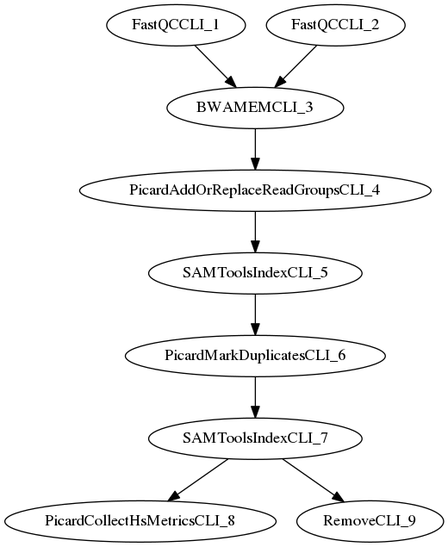
The Graphviz diagram src/site/resources/images/workflow.dag.png in jdr0887/MaPSeq-Pipeline-GS-Alignment, before a commit. Its source is kept beside it as src/site/resources/images/workflow.dag.dot.
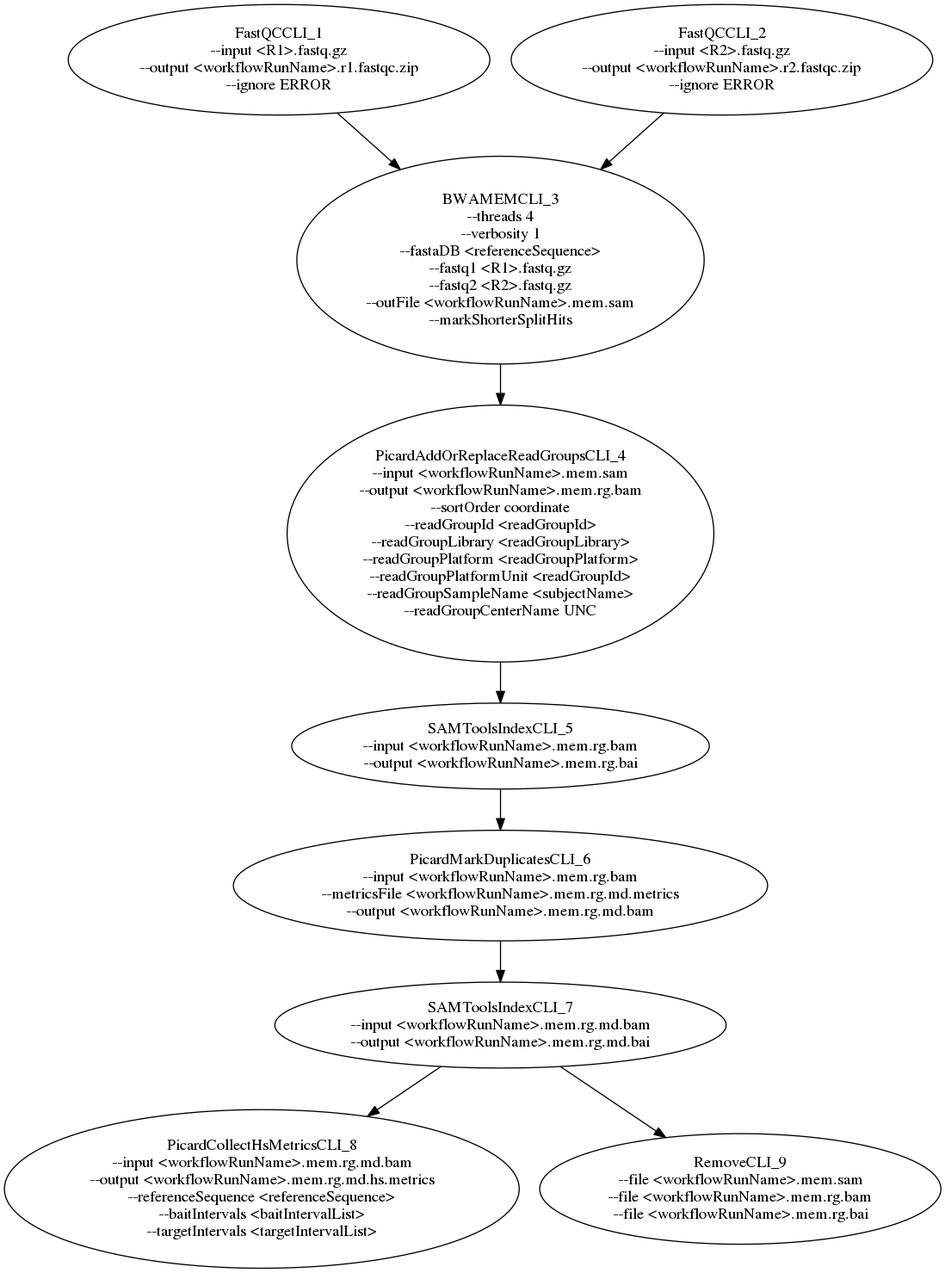
Later version of the same file.

What changed in the source:
```diff
@@ -1,13 +1,59 @@
 digraph G {
-  FastQCCLI_1 [ label="FastQCCLI_1" ];
-  FastQCCLI_2 [ label="FastQCCLI_2" ];
-  BWAMEMCLI_3 [ label="BWAMEMCLI_3" ];
-  PicardAddOrReplaceReadGroupsCLI_4 [ label="PicardAddOrReplaceReadGroupsCLI_4" ];
-  SAMToolsIndexCLI_5 [ label="SAMToolsIndexCLI_5" ];
-  PicardMarkDuplicatesCLI_6 [ label="PicardMarkDuplicatesCLI_6" ];
-  SAMToolsIndexCLI_7 [ label="SAMToolsIndexCLI_7" ];
-  PicardCollectHsMetricsCLI_8 [ label="PicardCollectHsMetricsCLI_8" ];
-  RemoveCLI_9 [ label="RemoveCLI_9" ];
+  FastQCCLI_1 [ label="FastQCCLI_1
+--input <R1>.fastq.gz
+--output <workflowRunName>.r1.fastqc.zip
+--ignore ERROR
+" ];
+  FastQCCLI_2 [ label="FastQCCLI_2
+--input <R2>.fastq.gz
+--output <workflowRunName>.r2.fastqc.zip
+--ignore ERROR
+" ];
+  BWAMEMCLI_3 [ label="BWAMEMCLI_3
+--threads 4
+--verbosity 1
+--fastaDB <referenceSequence>
+--fastq1 <R1>.fastq.gz
+--fastq2 <R2>.fastq.gz
+--outFile <workflowRunName>.mem.sam
+--markShorterSplitHits
+" ];
+  PicardAddOrReplaceReadGroupsCLI_4 [ label="PicardAddOrReplaceReadGroupsCLI_4
+--input <workflowRunName>.mem.sam
+--output <workflowRunName>.mem.rg.bam
+--sortOrder coordinate
+--readGroupId <readGroupId>
+--readGroupLibrary <readGroupLibrary>
+--readGroupPlatform <readGroupPlatform>
+--readGroupPlatformUnit <readGroupId>
+--readGroupSampleName <subjectName>
+--readGroupCenterName UNC
+" ];
+  SAMToolsIndexCLI_5 [ label="SAMToolsIndexCLI_5
+--input <workflowRunName>.mem.rg.bam
+--output <workflowRunName>.mem.rg.bai
+" ];
+  PicardMarkDuplicatesCLI_6 [ label="PicardMarkDuplicatesCLI_6
+--input <workflowRunName>.mem.rg.bam
+--metricsFile <workflowRunName>.mem.rg.md.metrics
+--output <workflowRunName>.mem.rg.md.bam
+" ];
+  SAMToolsIndexCLI_7 [ label="SAMToolsIndexCLI_7
+--input <workflowRunName>.mem.rg.md.bam
+--output <workflowRunName>.mem.rg.md.bai
+" ];
+  PicardCollectHsMetricsCLI_8 [ label="PicardCollectHsMetricsCLI_8
+--input <workflowRunName>.mem.rg.md.bam
+--output <workflowRunName>.mem.rg.md.hs.metrics
+--referenceSequence <referenceSequence>
+--baitIntervals <baitIntervalList>
+--targetIntervals <targetIntervalList>
+" ];
+  RemoveCLI_9 [ label="RemoveCLI_9
+--file <workflowRunName>.mem.sam
+--file <workflowRunName>.mem.rg.bam
+--file <workflowRunName>.mem.rg.bai
+" ];
   FastQCCLI_1 -> BWAMEMCLI_3;
   FastQCCLI_2 -> BWAMEMCLI_3;
   BWAMEMCLI_3 -> PicardAddOrReplaceReadGroupsCLI_4;
```
